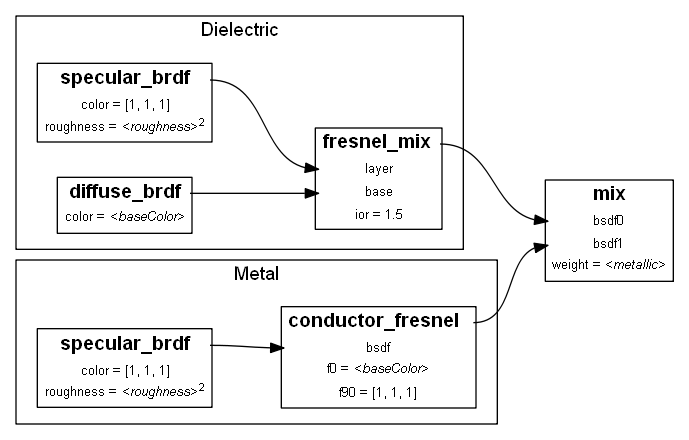
This is specification/2.0/figures/pbr.png from KhronosGroup/glTF, a Graphviz export, as it was before one commit. Its source is kept beside it as specification/2.0/figures/pbr.dot. Source of this version:
```dot
digraph D {
  graph [rankdir="LR", fontname="Helvetica"]
  node [shape=plaintext, fontname="Helvetica"]
  edge [fontname="Helvetica"]

  subgraph cluster_dielectric {
    label="Dielectric"

    dielectric_specular_brdf [label=<
      <table border="1" cellborder="0">
        <tr><td port="out"><font point-size="14"><b>specular_brdf</b></font></td></tr>
        <tr><td><font point-size="10">color = [1, 1, 1]</font></td></tr>
        <tr><td><font point-size="10">roughness = <i>&lt;roughness&gt;</i><sup>2</sup></font></td></tr>
      </table>
    >]

    dielectric_diffuse_brdf [label=<
      <table border="1" cellborder="0">
        <tr><td port="out"><font point-size="14"><b>diffuse_brdf</b></font></td></tr>
        <tr><td><font point-size="10">color = <i>&lt;baseColor&gt;</i></font></td></tr>
      </table>
    >]

    dielectric_fresnel_mix [label=<
      <table border="1" cellborder="0">
        <tr><td port="out"><font point-size="14"><b>fresnel_mix&nbsp;</b></font></td></tr>
        <tr><td port="in_layer"><font point-size="10">layer</font></td></tr>
        <tr><td port="in_base"><font point-size="10">base</font></td></tr>
        <tr><td><font point-size="10">ior = 1.5</font></td></tr>
      </table>
    >]

    dielectric_diffuse_brdf:out -> dielectric_fresnel_mix:in_base
    dielectric_specular_brdf:out -> dielectric_fresnel_mix:in_layer
  }

  subgraph cluster_metal {
    label="Metal"

    metal_specular_brdf [label=<
      <table border="1" cellborder="0">
        <tr><td port="out"><font point-size="14"><b>specular_brdf</b></font></td></tr>
        <tr><td><font point-size="10">color = [1, 1, 1]</font></td></tr>
        <tr><td><font point-size="10">roughness = <i>&lt;roughness&gt;</i><sup>2</sup></font></td></tr>
      </table>
    >]

    metal_conductor_fresnel [label=<
      <table border="1" cellborder="0">
        <tr><td port="out"><font point-size="14"><b>conductor_fresnel&nbsp;&nbsp;</b></font></td></tr>
        <tr><td port="in_bsdf"><font point-size="10">bsdf</font></td></tr>
        <tr><td><font point-size="10">f0 = <i>&lt;baseColor&gt;</i></font></td></tr>
        <tr><td><font point-size="10">f90 = [1, 1, 1]</font></td></tr>
      </table>
    >]

    metal_specular_brdf:out -> metal_conductor_fresnel:in_bsdf
  }

  subgraph core {
    core_mix [label=<
      <table border="1" cellborder="0">
        <tr><td port="out"><font point-size="14"><b>mix</b></font></td></tr>
        <tr><td port="in_bsdf0"><font point-size="10">bsdf0</font></td></tr>
        <tr><td port="in_bsdf1"><font point-size="10">bsdf1</font></td></tr>
        <tr><td><font point-size="10">weight = <i>&lt;metallic&gt;</i></font></td></tr>
      </table>
    >]

    dielectric_fresnel_mix:out -> core_mix:in_bsdf0
    metal_conductor_fresnel:out -> core_mix:in_bsdf1
  }
}
```
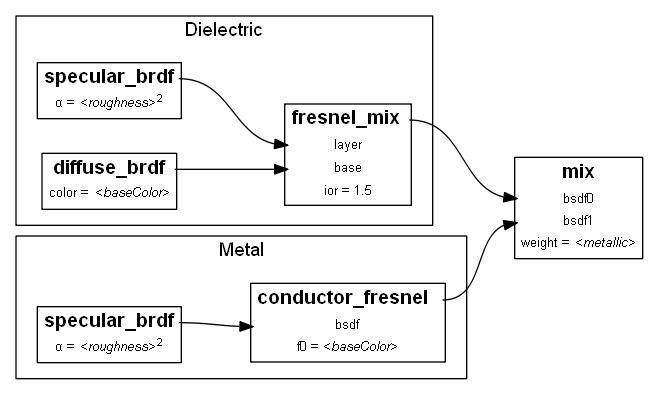
Above is the later version.

The edit, as a diff of the source:
```diff
@@ -9,8 +9,7 @@
     dielectric_specular_brdf [label=<
       <table border="1" cellborder="0">
         <tr><td port="out"><font point-size="14"><b>specular_brdf</b></font></td></tr>
-        <tr><td><font point-size="10">color = [1, 1, 1]</font></td></tr>
-        <tr><td><font point-size="10">roughness = <i>&lt;roughness&gt;</i><sup>2</sup></font></td></tr>
+        <tr><td><font point-size="10">α = <i>&lt;roughness&gt;</i><sup>2</sup></font></td></tr>
       </table>
     >]
 
@@ -40,8 +39,7 @@
     metal_specular_brdf [label=<
       <table border="1" cellborder="0">
         <tr><td port="out"><font point-size="14"><b>specular_brdf</b></font></td></tr>
-        <tr><td><font point-size="10">color = [1, 1, 1]</font></td></tr>
-        <tr><td><font point-size="10">roughness = <i>&lt;roughness&gt;</i><sup>2</sup></font></td></tr>
+        <tr><td><font point-size="10">α = <i>&lt;roughness&gt;</i><sup>2</sup></font></td></tr>
       </table>
     >]
 
@@ -50,7 +48,6 @@
         <tr><td port="out"><font point-size="14"><b>conductor_fresnel&nbsp;&nbsp;</b></font></td></tr>
         <tr><td port="in_bsdf"><font point-size="10">bsdf</font></td></tr>
         <tr><td><font point-size="10">f0 = <i>&lt;baseColor&gt;</i></font></td></tr>
-        <tr><td><font point-size="10">f90 = [1, 1, 1]</font></td></tr>
       </table>
     >]
 
```
